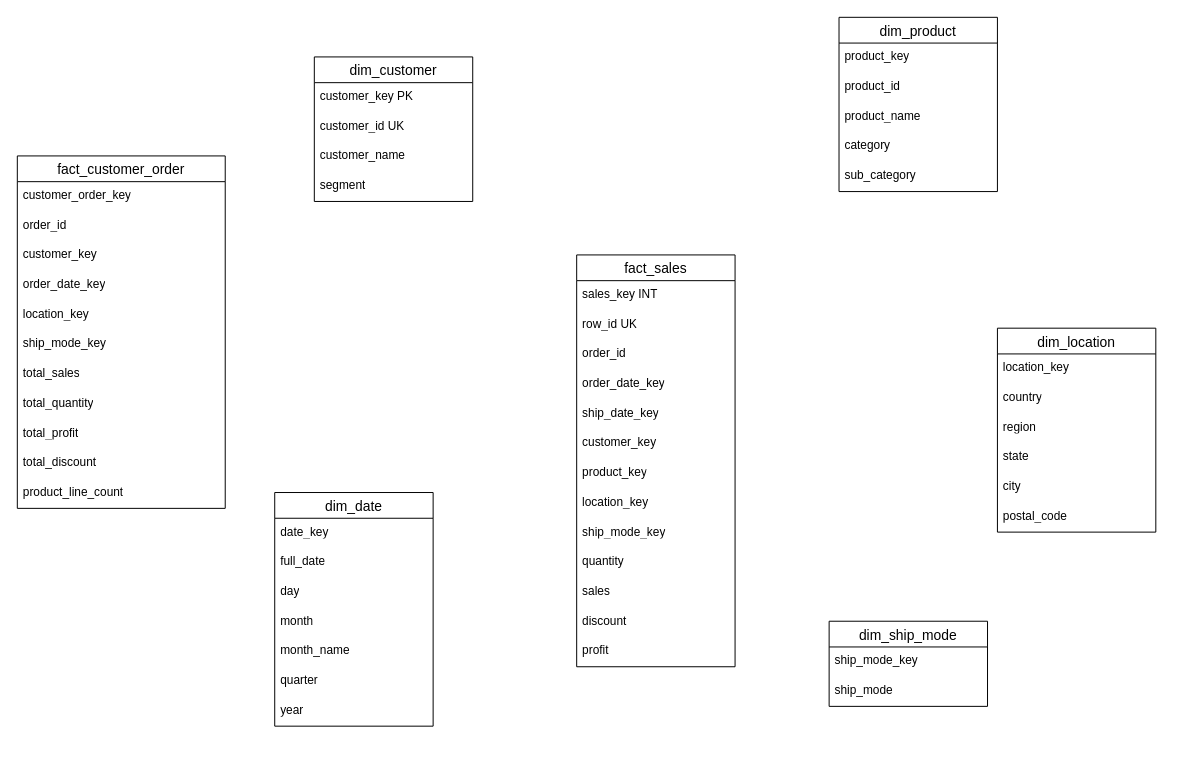
The draw.io diagram page "fakta_1" (1 of 2) of star_schema.drawio in 9th-ramadhan/superstore-ETL-dwh, before the edit. Source tidied: cells renumbered, new cells numbered last; positions are measured from the earlier drawing's top-left corner, leaving out a move shared by most shapes. Both pictures are drawn from the tidied source at 99%, with x=0, y=0 at pixel (17, 17).
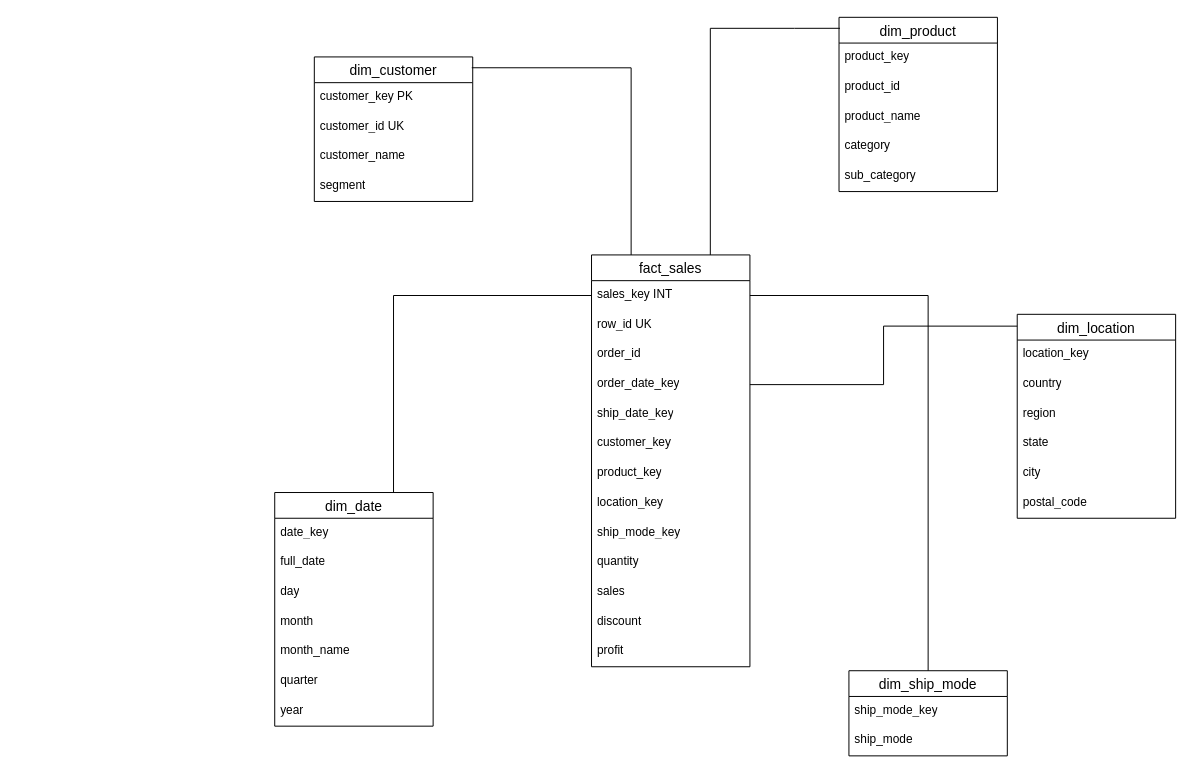
After the change.

Unchanged cells that the change refers to:
```xml
<mxCell id="3" value="sales_key INT" style="text;strokeColor=none;fillColor=none;spacingLeft=4;spacingRight=4;overflow=hidden;points=[[0,0.5],[1,0.5]];portConstraint=eastwest;fontSize=12;whiteSpace=wrap;html=1;" parent="2" vertex="1">
  <mxGeometry y="26" width="160" height="30" as="geometry" />
</mxCell>
<mxCell id="6" value="order_date_key" style="text;strokeColor=none;fillColor=none;spacingLeft=4;spacingRight=4;overflow=hidden;points=[[0,0.5],[1,0.5]];portConstraint=eastwest;fontSize=12;whiteSpace=wrap;html=1;" parent="2" vertex="1">
  <mxGeometry y="116" width="160" height="30" as="geometry" />
</mxCell>
<mxCell id="16" value="dim_customer" style="swimlane;fontStyle=0;horizontal=1;startSize=26;align=center;fontSize=14;" parent="1" vertex="1">
  <mxGeometry x="300" y="40" width="160" height="146" as="geometry" />
</mxCell>
<mxCell id="21" value="dim_product" style="swimlane;fontStyle=0;horizontal=1;startSize=26;align=center;fontSize=14;" parent="1" vertex="1">
  <mxGeometry x="830" width="160" height="176" as="geometry" />
</mxCell>
<mxCell id="27" value="dim_date" style="swimlane;fontStyle=0;horizontal=1;startSize=26;align=center;fontSize=14;" parent="1" vertex="1">
  <mxGeometry x="260" y="480" width="160" height="236" as="geometry" />
</mxCell>
```

Change to the diagram source:
```diff
@@
     <mxCell id="2" value="fact_sales" style="swimlane;fontStyle=0;horizontal=1;startSize=26;align=center;fontSize=14;" parent="1" vertex="1">
-      <mxGeometry x="565" y="240" width="160" height="416" as="geometry" />
+      <mxGeometry x="580" y="240" width="160" height="416" as="geometry" />
     </mxCell>
@@
     <mxCell id="35" value="dim_ship_mode" style="swimlane;fontStyle=0;horizontal=1;startSize=26;align=center;fontSize=14;" parent="1" vertex="1">
-      <mxGeometry x="820" y="610" width="160" height="86" as="geometry" />
+      <mxGeometry x="840" y="660" width="160" height="86" as="geometry" />
     </mxCell>
@@
     <mxCell id="38" value="dim_location" style="swimlane;fontStyle=0;horizontal=1;startSize=26;align=center;fontSize=14;" parent="1" vertex="1">
-      <mxGeometry x="990" y="314" width="160" height="206" as="geometry" />
+      <mxGeometry x="1010" y="300" width="160" height="206" as="geometry" />
     </mxCell>
@@
-    <mxCell id="45" value="fact_customer_order" style="swimlane;fontStyle=0;horizontal=1;startSize=26;align=center;fontSize=14;" parent="1" vertex="1">
-      <mxGeometry y="140" width="210" height="356" as="geometry" />
-    </mxCell>
-    <mxCell id="46" value="customer_order_key" style="text;strokeColor=none;fillColor=none;spacingLeft=4;spacingRight=4;overflow=hidden;fontSize=12;whiteSpace=wrap;html=1;" parent="45" vertex="1">
-      <mxGeometry y="26" width="210" height="30" as="geometry" />
-    </mxCell>
-    <mxCell id="47" value="order_id" style="text;strokeColor=none;fillColor=none;spacingLeft=4;spacingRight=4;overflow=hidden;fontSize=12;whiteSpace=wrap;html=1;" parent="45" vertex="1">
-      <mxGeometry y="56" width="210" height="30" as="geometry" />
-    </mxCell>
-    <mxCell id="48" value="customer_key" style="text;strokeColor=none;fillColor=none;spacingLeft=4;spacingRight=4;overflow=hidden;fontSize=12;whiteSpace=wrap;html=1;" parent="45" vertex="1">
-      <mxGeometry y="86" width="210" height="30" as="geometry" />
-    </mxCell>
-    <mxCell id="49" value="order_date_key" style="text;strokeColor=none;fillColor=none;spacingLeft=4;spacingRight=4;overflow=hidden;fontSize=12;whiteSpace=wrap;html=1;" parent="45" vertex="1">
-      <mxGeometry y="116" width="210" height="30" as="geometry" />
-    </mxCell>
-    <mxCell id="50" value="location_key" style="text;strokeColor=none;fillColor=none;spacingLeft=4;spacingRight=4;overflow=hidden;fontSize=12;whiteSpace=wrap;html=1;" parent="45" vertex="1">
-      <mxGeometry y="146" width="210" height="30" as="geometry" />
-    </mxCell>
-    <mxCell id="51" value="ship_mode_key" style="text;strokeColor=none;fillColor=none;spacingLeft=4;spacingRight=4;overflow=hidden;fontSize=12;whiteSpace=wrap;html=1;" parent="45" vertex="1">
-      <mxGeometry y="176" width="210" height="30" as="geometry" />
-    </mxCell>
-    <mxCell id="52" value="total_sales" style="text;strokeColor=none;fillColor=none;spacingLeft=4;spacingRight=4;overflow=hidden;fontSize=12;whiteSpace=wrap;html=1;" parent="45" vertex="1">
-      <mxGeometry y="206" width="210" height="30" as="geometry" />
-    </mxCell>
-    <mxCell id="53" value="total_quantity" style="text;strokeColor=none;fillColor=none;spacingLeft=4;spacingRight=4;overflow=hidden;fontSize=12;whiteSpace=wrap;html=1;" parent="45" vertex="1">
-      <mxGeometry y="236" width="210" height="30" as="geometry" />
-    </mxCell>
-    <mxCell id="54" value="total_profit" style="text;strokeColor=none;fillColor=none;spacingLeft=4;spacingRight=4;overflow=hidden;fontSize=12;whiteSpace=wrap;html=1;" parent="45" vertex="1">
-      <mxGeometry y="266" width="210" height="30" as="geometry" />
-    </mxCell>
-    <mxCell id="55" value="total_discount" style="text;strokeColor=none;fillColor=none;spacingLeft=4;spacingRight=4;overflow=hidden;fontSize=12;whiteSpace=wrap;html=1;" parent="45" vertex="1">
-      <mxGeometry y="296" width="210" height="30" as="geometry" />
-    </mxCell>
-    <mxCell id="56" value="product_line_count" style="text;strokeColor=none;fillColor=none;spacingLeft=4;spacingRight=4;overflow=hidden;fontSize=12;whiteSpace=wrap;html=1;" parent="45" vertex="1">
-      <mxGeometry y="326" width="210" height="30" as="geometry" />
-    </mxCell>
+    <mxCell id="57" style="edgeStyle=orthogonalEdgeStyle;rounded=0;jettySize=auto;html=1;exitX=0.75;exitY=0;exitDx=0;exitDy=0;entryX=0.006;entryY=0.063;entryDx=0;entryDy=0;entryPerimeter=0;endArrow=none;endFill=0;" parent="1" edge="1" source="2" target="21">
+      <mxGeometry relative="1" as="geometry" />
+    </mxCell>
+    <mxCell id="58" style="edgeStyle=orthogonalEdgeStyle;rounded=0;jettySize=auto;html=1;exitX=0.25;exitY=0;exitDx=0;exitDy=0;entryX=0.994;entryY=0.075;entryDx=0;entryDy=0;entryPerimeter=0;endArrow=none;endFill=0;" parent="1" edge="1" source="2" target="16">
+      <mxGeometry relative="1" as="geometry" />
+    </mxCell>
+    <mxCell id="59" style="edgeStyle=orthogonalEdgeStyle;rounded=0;jettySize=auto;html=1;exitX=0;exitY=0.5;exitDx=0;exitDy=0;entryX=0.75;entryY=0;entryDx=0;entryDy=0;endArrow=none;endFill=0;" parent="1" edge="1" source="3" target="27">
+      <mxGeometry relative="1" as="geometry" />
+    </mxCell>
+    <mxCell id="60" style="edgeStyle=orthogonalEdgeStyle;rounded=0;jettySize=auto;html=1;exitX=1;exitY=0.5;exitDx=0;exitDy=0;entryX=0.5;entryY=0;entryDx=0;entryDy=0;endArrow=none;endFill=0;" parent="1" edge="1" source="3" target="35">
+      <mxGeometry relative="1" as="geometry" />
+    </mxCell>
+    <mxCell id="61" style="edgeStyle=orthogonalEdgeStyle;rounded=0;jettySize=auto;html=1;exitX=1;exitY=0.5;exitDx=0;exitDy=0;entryX=0;entryY=0.058;entryDx=0;entryDy=0;entryPerimeter=0;endArrow=none;endFill=0;" parent="1" edge="1" source="6" target="38">
+      <mxGeometry relative="1" as="geometry" />
+    </mxCell>
```
